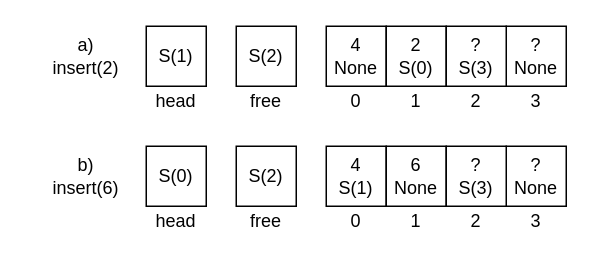
This is figs/insert.drawio from perlindgren/inplace-sort, a draw.io file, before an edit. Source tidied: cells renumbered, new cells numbered last; positions are measured from the earlier drawing's top-left corner, leaving out a move shared by most shapes. Both pictures are drawn from the tidied source at 150%, with x=0, y=0 at pixel (26, 26).
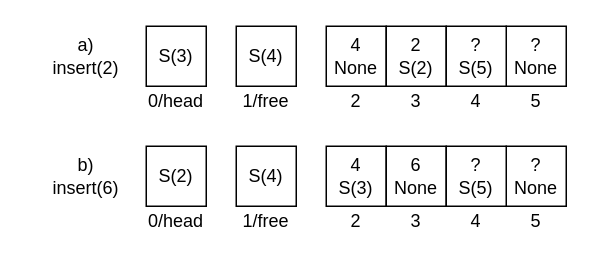
The same diagram, later.

The edit, as a diff of the source:
```diff
@@
-    <mxCell id="3" value="2&lt;br&gt;&lt;div&gt;S(0)&lt;/div&gt;" style="whiteSpace=wrap;html=1;" parent="1" vertex="1">
+    <mxCell id="3" value="2&lt;br&gt;&lt;div&gt;S(2)&lt;/div&gt;" style="whiteSpace=wrap;html=1;" parent="1" vertex="1">
       <mxGeometry x="240" width="40" height="40" as="geometry" />
     </mxCell>
@@
-    <mxCell id="5" value="?&lt;br&gt;&lt;div&gt;S(3)&lt;/div&gt;" style="whiteSpace=wrap;html=1;" parent="1" vertex="1">
+    <mxCell id="5" value="?&lt;br&gt;&lt;div&gt;S(5)&lt;/div&gt;" style="whiteSpace=wrap;html=1;" parent="1" vertex="1">
       <mxGeometry x="280" width="40" height="40" as="geometry" />
     </mxCell>
-    <mxCell id="6" value="S(2)" style="rounded=0;whiteSpace=wrap;html=1;" parent="1" vertex="1">
+    <mxCell id="6" value="S(4)" style="rounded=0;whiteSpace=wrap;html=1;" parent="1" vertex="1">
       <mxGeometry x="140" width="40" height="40" as="geometry" />
     </mxCell>
-    <mxCell id="7" value="S(1)" style="rounded=0;whiteSpace=wrap;html=1;" parent="1" vertex="1">
+    <mxCell id="7" value="S(3)" style="rounded=0;whiteSpace=wrap;html=1;" parent="1" vertex="1">
       <mxGeometry x="80" width="40" height="40" as="geometry" />
     </mxCell>
-    <mxCell id="8" value="head" style="text;html=1;whiteSpace=wrap;strokeColor=none;fillColor=none;align=center;verticalAlign=middle;rounded=0;" parent="1" vertex="1">
+    <mxCell id="8" value="0/head" style="text;html=1;whiteSpace=wrap;strokeColor=none;fillColor=none;align=center;verticalAlign=middle;rounded=0;" parent="1" vertex="1">
       <mxGeometry x="80" y="40" width="40" height="20" as="geometry" />
     </mxCell>
-    <mxCell id="9" value="free" style="text;html=1;whiteSpace=wrap;strokeColor=none;fillColor=none;align=center;verticalAlign=middle;rounded=0;" parent="1" vertex="1">
+    <mxCell id="9" value="1/free" style="text;html=1;whiteSpace=wrap;strokeColor=none;fillColor=none;align=center;verticalAlign=middle;rounded=0;" parent="1" vertex="1">
       <mxGeometry x="140" y="40" width="40" height="20" as="geometry" />
     </mxCell>
-    <mxCell id="10" value="0" style="text;html=1;whiteSpace=wrap;strokeColor=none;fillColor=none;align=center;verticalAlign=middle;rounded=0;" parent="1" vertex="1">
+    <mxCell id="10" value="2" style="text;html=1;whiteSpace=wrap;strokeColor=none;fillColor=none;align=center;verticalAlign=middle;rounded=0;" parent="1" vertex="1">
       <mxGeometry x="200" y="40" width="40" height="20" as="geometry" />
     </mxCell>
-    <mxCell id="11" value="1" style="text;html=1;whiteSpace=wrap;strokeColor=none;fillColor=none;align=center;verticalAlign=middle;rounded=0;" parent="1" vertex="1">
+    <mxCell id="11" value="3" style="text;html=1;whiteSpace=wrap;strokeColor=none;fillColor=none;align=center;verticalAlign=middle;rounded=0;" parent="1" vertex="1">
       <mxGeometry x="240" y="40" width="40" height="20" as="geometry" />
     </mxCell>
-    <mxCell id="12" value="2" style="text;html=1;whiteSpace=wrap;strokeColor=none;fillColor=none;align=center;verticalAlign=middle;rounded=0;" parent="1" vertex="1">
+    <mxCell id="12" value="4" style="text;html=1;whiteSpace=wrap;strokeColor=none;fillColor=none;align=center;verticalAlign=middle;rounded=0;" parent="1" vertex="1">
       <mxGeometry x="280" y="40" width="40" height="20" as="geometry" />
     </mxCell>
-    <mxCell id="13" value="3" style="text;html=1;whiteSpace=wrap;strokeColor=none;fillColor=none;align=center;verticalAlign=middle;rounded=0;" parent="1" vertex="1">
+    <mxCell id="13" value="5" style="text;html=1;whiteSpace=wrap;strokeColor=none;fillColor=none;align=center;verticalAlign=middle;rounded=0;" parent="1" vertex="1">
       <mxGeometry x="320" y="40" width="40" height="20" as="geometry" />
     </mxCell>
-    <mxCell id="14" value="4&lt;br&gt;&lt;div&gt;S(1)&lt;/div&gt;" style="whiteSpace=wrap;html=1;" parent="1" vertex="1">
+    <mxCell id="14" value="4&lt;br&gt;&lt;div&gt;S(3)&lt;/div&gt;" style="whiteSpace=wrap;html=1;" parent="1" vertex="1">
       <mxGeometry x="200" y="80" width="40" height="40" as="geometry" />
     </mxCell>
@@
-    <mxCell id="17" value="?&lt;br&gt;&lt;div&gt;S(3)&lt;/div&gt;" style="whiteSpace=wrap;html=1;" parent="1" vertex="1">
+    <mxCell id="17" value="?&lt;br&gt;&lt;div&gt;S(5)&lt;/div&gt;" style="whiteSpace=wrap;html=1;" parent="1" vertex="1">
       <mxGeometry x="280" y="80" width="40" height="40" as="geometry" />
     </mxCell>
-    <mxCell id="18" value="S(2)" style="rounded=0;whiteSpace=wrap;html=1;" parent="1" vertex="1">
+    <mxCell id="18" value="S(4)" style="rounded=0;whiteSpace=wrap;html=1;" parent="1" vertex="1">
       <mxGeometry x="140" y="80" width="40" height="40" as="geometry" />
     </mxCell>
-    <mxCell id="19" value="S(0)" style="rounded=0;whiteSpace=wrap;html=1;" parent="1" vertex="1">
+    <mxCell id="19" value="S(2)" style="rounded=0;whiteSpace=wrap;html=1;" parent="1" vertex="1">
       <mxGeometry x="80" y="80" width="40" height="40" as="geometry" />
     </mxCell>
-    <mxCell id="20" value="head" style="text;html=1;whiteSpace=wrap;strokeColor=none;fillColor=none;align=center;verticalAlign=middle;rounded=0;" parent="1" vertex="1">
+    <mxCell id="20" value="0/head" style="text;html=1;whiteSpace=wrap;strokeColor=none;fillColor=none;align=center;verticalAlign=middle;rounded=0;" parent="1" vertex="1">
       <mxGeometry x="80" y="120" width="40" height="20" as="geometry" />
     </mxCell>
-    <mxCell id="21" value="free" style="text;html=1;whiteSpace=wrap;strokeColor=none;fillColor=none;align=center;verticalAlign=middle;rounded=0;" parent="1" vertex="1">
+    <mxCell id="21" value="1/free" style="text;html=1;whiteSpace=wrap;strokeColor=none;fillColor=none;align=center;verticalAlign=middle;rounded=0;" parent="1" vertex="1">
       <mxGeometry x="140" y="120" width="40" height="20" as="geometry" />
     </mxCell>
-    <mxCell id="22" value="0" style="text;html=1;whiteSpace=wrap;strokeColor=none;fillColor=none;align=center;verticalAlign=middle;rounded=0;" parent="1" vertex="1">
+    <mxCell id="22" value="2" style="text;html=1;whiteSpace=wrap;strokeColor=none;fillColor=none;align=center;verticalAlign=middle;rounded=0;" parent="1" vertex="1">
       <mxGeometry x="200" y="120" width="40" height="20" as="geometry" />
     </mxCell>
-    <mxCell id="23" value="1" style="text;html=1;whiteSpace=wrap;strokeColor=none;fillColor=none;align=center;verticalAlign=middle;rounded=0;" parent="1" vertex="1">
+    <mxCell id="23" value="3" style="text;html=1;whiteSpace=wrap;strokeColor=none;fillColor=none;align=center;verticalAlign=middle;rounded=0;" parent="1" vertex="1">
       <mxGeometry x="240" y="120" width="40" height="20" as="geometry" />
     </mxCell>
-    <mxCell id="24" value="2" style="text;html=1;whiteSpace=wrap;strokeColor=none;fillColor=none;align=center;verticalAlign=middle;rounded=0;" parent="1" vertex="1">
+    <mxCell id="24" value="4" style="text;html=1;whiteSpace=wrap;strokeColor=none;fillColor=none;align=center;verticalAlign=middle;rounded=0;" parent="1" vertex="1">
       <mxGeometry x="280" y="120" width="40" height="20" as="geometry" />
     </mxCell>
-    <mxCell id="25" value="3" style="text;html=1;whiteSpace=wrap;strokeColor=none;fillColor=none;align=center;verticalAlign=middle;rounded=0;" parent="1" vertex="1">
+    <mxCell id="25" value="5" style="text;html=1;whiteSpace=wrap;strokeColor=none;fillColor=none;align=center;verticalAlign=middle;rounded=0;" parent="1" vertex="1">
       <mxGeometry x="320" y="120" width="40" height="20" as="geometry" />
     </mxCell>
```
